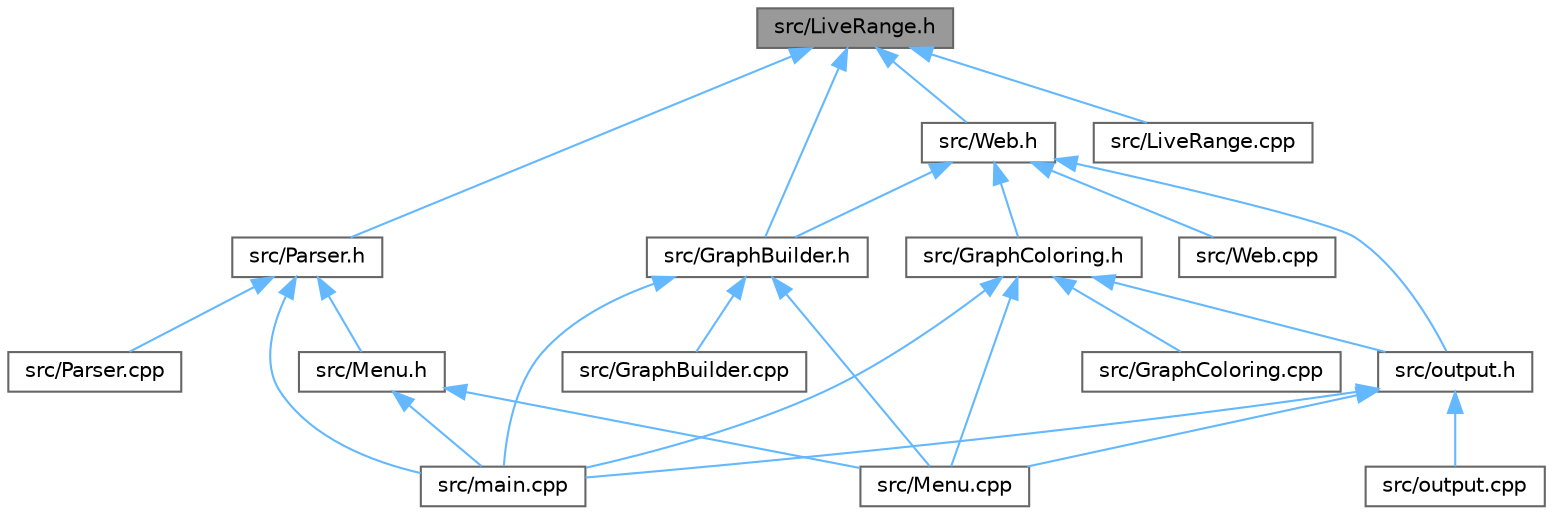
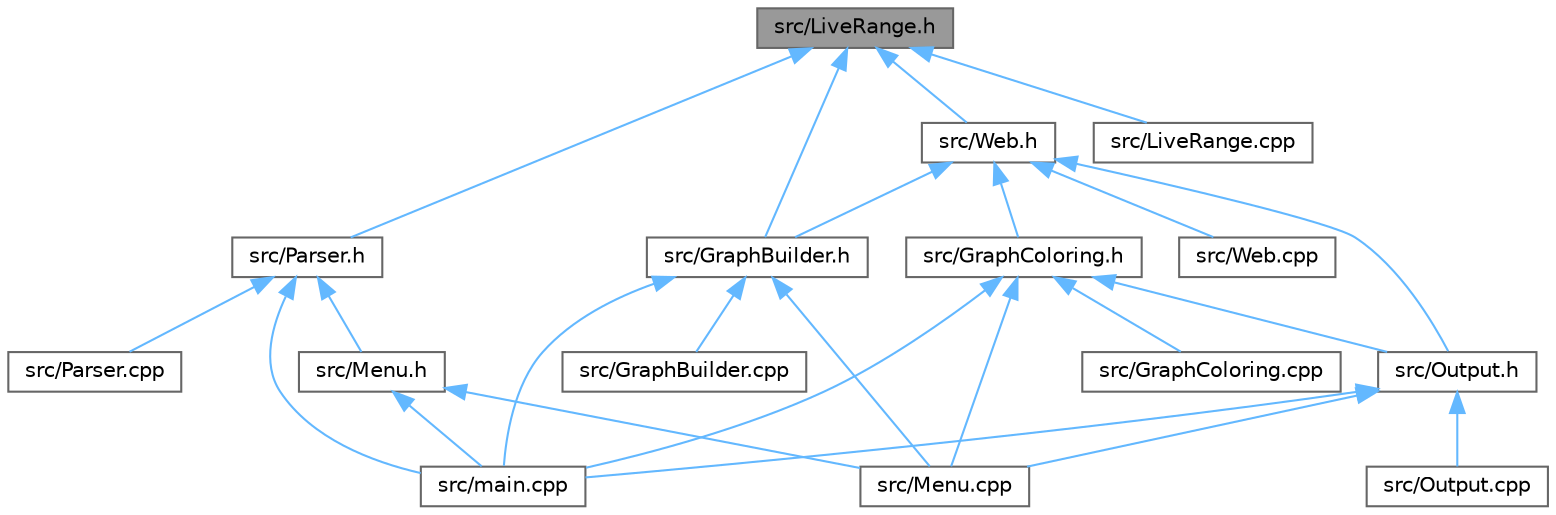
digraph "src/LiveRange.h"
{
 // LATEX_PDF_SIZE
  bgcolor="transparent";
  edge [fontname=Helvetica,fontsize=10,labelfontname=Helvetica,labelfontsize=10];
  node [fontname=Helvetica,fontsize=10,shape=box,height=0.2,width=0.4];
  Node1 [id="Node000001",label="src/LiveRange.h",height=0.2,width=0.4,color="gray40", fillcolor="grey60", style="filled", fontcolor="black",tooltip=" "];
  Node1 -> Node2 [id="edge1_Node000001_Node000002",dir="back",color="steelblue1",style="solid",tooltip=" "];
  Node2 [id="Node000002",label="src/GraphBuilder.h",height=0.2,width=0.4,color="grey40", fillcolor="white", style="filled",URL="$GraphBuilder_8h.html",tooltip=" "];
  Node2 -> Node3 [id="edge2_Node000002_Node000003",dir="back",color="steelblue1",style="solid",tooltip=" "];
  Node3 [id="Node000003",label="src/GraphBuilder.cpp",height=0.2,width=0.4,color="grey40", fillcolor="white", style="filled",URL="$GraphBuilder_8cpp.html",tooltip=" "];
  Node2 -> Node4 [id="edge3_Node000002_Node000004",dir="back",color="steelblue1",style="solid",tooltip=" "];
-   Node4 [id="Node000004",label="src/Menu.cpp",height=0.2,width=0.4,color="grey40", fillcolor="white", style="filled",URL="$Menu_8cpp.html",tooltip=" "];
+   Node4 [id="Node000004",label="src/Menu.cpp",height=0.2,width=0.4,color="grey40", fillcolor="white", style="filled",URL="$Menu_8cpp.html",tooltip="Implementation of the menu system."];
  Node2 -> Node5 [id="edge4_Node000002_Node000005",dir="back",color="steelblue1",style="solid",tooltip=" "];
  Node5 [id="Node000005",label="src/main.cpp",height=0.2,width=0.4,color="grey40", fillcolor="white", style="filled",URL="$main_8cpp.html",tooltip=" "];
  Node1 -> Node6 [id="edge5_Node000001_Node000006",dir="back",color="steelblue1",style="solid",tooltip=" "];
  Node6 [id="Node000006",label="src/LiveRange.cpp",height=0.2,width=0.4,color="grey40", fillcolor="white", style="filled",URL="$LiveRange_8cpp.html",tooltip=" "];
  Node1 -> Node7 [id="edge6_Node000001_Node000007",dir="back",color="steelblue1",style="solid",tooltip=" "];
  Node7 [id="Node000007",label="src/Parser.h",height=0.2,width=0.4,color="grey40", fillcolor="white", style="filled",URL="$Parser_8h.html",tooltip=" "];
  Node7 -> Node8 [id="edge7_Node000007_Node000008",dir="back",color="steelblue1",style="solid",tooltip=" "];
  Node8 [id="Node000008",label="src/Menu.h",height=0.2,width=0.4,color="grey40", fillcolor="white", style="filled",URL="$Menu_8h.html",tooltip=" "];
  Node8 -> Node4 [id="edge8_Node000008_Node000004",dir="back",color="steelblue1",style="solid",tooltip=" "];
  Node8 -> Node5 [id="edge9_Node000008_Node000005",dir="back",color="steelblue1",style="solid",tooltip=" "];
  Node7 -> Node9 [id="edge10_Node000007_Node000009",dir="back",color="steelblue1",style="solid",tooltip=" "];
  Node9 [id="Node000009",label="src/Parser.cpp",height=0.2,width=0.4,color="grey40", fillcolor="white", style="filled",URL="$Parser_8cpp.html",tooltip=" "];
  Node7 -> Node5 [id="edge11_Node000007_Node000005",dir="back",color="steelblue1",style="solid",tooltip=" "];
  Node1 -> Node10 [id="edge12_Node000001_Node000010",dir="back",color="steelblue1",style="solid",tooltip=" "];
  Node10 [id="Node000010",label="src/Web.h",height=0.2,width=0.4,color="grey40", fillcolor="white", style="filled",URL="$Web_8h.html",tooltip=" "];
  Node10 -> Node2 [id="edge13_Node000010_Node000002",dir="back",color="steelblue1",style="solid",tooltip=" "];
  Node10 -> Node11 [id="edge14_Node000010_Node000011",dir="back",color="steelblue1",style="solid",tooltip=" "];
  Node11 [id="Node000011",label="src/GraphColoring.h",height=0.2,width=0.4,color="grey40", fillcolor="white", style="filled",URL="$GraphColoring_8h.html",tooltip=" "];
  Node11 -> Node12 [id="edge15_Node000011_Node000012",dir="back",color="steelblue1",style="solid",tooltip=" "];
  Node12 [id="Node000012",label="src/GraphColoring.cpp",height=0.2,width=0.4,color="grey40", fillcolor="white", style="filled",URL="$GraphColoring_8cpp.html",tooltip="Graph coloring algorithms for register allocation."];
  Node11 -> Node4 [id="edge16_Node000011_Node000004",dir="back",color="steelblue1",style="solid",tooltip=" "];
-   Node11 -> Node5 [id="edge17_Node000011_Node000005",dir="back",color="steelblue1",style="solid",tooltip=" "];
-   Node11 -> Node13 [id="edge18_Node000011_Node000013",dir="back",color="steelblue1",style="solid",tooltip=" "];
-   Node13 [id="Node000013",label="src/output.h",height=0.2,width=0.4,color="grey40", fillcolor="white", style="filled",URL="$output_8h.html",tooltip=" "];
-   Node13 -> Node4 [id="edge19_Node000013_Node000004",dir="back",color="steelblue1",style="solid",tooltip=" "];
+   Node11 -> Node13 [id="edge17_Node000011_Node000013",dir="back",color="steelblue1",style="solid",tooltip=" "];
+   Node13 [id="Node000013",label="src/Output.h",height=0.2,width=0.4,color="grey40", fillcolor="white", style="filled",URL="$Output_8h.html",tooltip=" "];
+   Node13 -> Node4 [id="edge18_Node000013_Node000004",dir="back",color="steelblue1",style="solid",tooltip=" "];
+   Node13 -> Node14 [id="edge19_Node000013_Node000014",dir="back",color="steelblue1",style="solid",tooltip=" "];
+   Node14 [id="Node000014",label="src/Output.cpp",height=0.2,width=0.4,color="grey40", fillcolor="white", style="filled",URL="$Output_8cpp.html",tooltip=" "];
  Node13 -> Node5 [id="edge20_Node000013_Node000005",dir="back",color="steelblue1",style="solid",tooltip=" "];
-   Node13 -> Node14 [id="edge21_Node000013_Node000014",dir="back",color="steelblue1",style="solid",tooltip=" "];
-   Node14 [id="Node000014",label="src/output.cpp",height=0.2,width=0.4,color="grey40", fillcolor="white", style="filled",URL="$output_8cpp.html",tooltip=" "];
-   Node10 -> Node15 [id="edge22_Node000010_Node000015",dir="back",color="steelblue1",style="solid",tooltip=" "];
+   Node11 -> Node5 [id="edge21_Node000011_Node000005",dir="back",color="steelblue1",style="solid",tooltip=" "];
+   Node10 -> Node13 [id="edge22_Node000010_Node000013",dir="back",color="steelblue1",style="solid",tooltip=" "];
+   Node10 -> Node15 [id="edge23_Node000010_Node000015",dir="back",color="steelblue1",style="solid",tooltip=" "];
  Node15 [id="Node000015",label="src/Web.cpp",height=0.2,width=0.4,color="grey40", fillcolor="white", style="filled",URL="$Web_8cpp.html",tooltip=" "];
-   Node10 -> Node13 [id="edge23_Node000010_Node000013",dir="back",color="steelblue1",style="solid",tooltip=" "];
}
